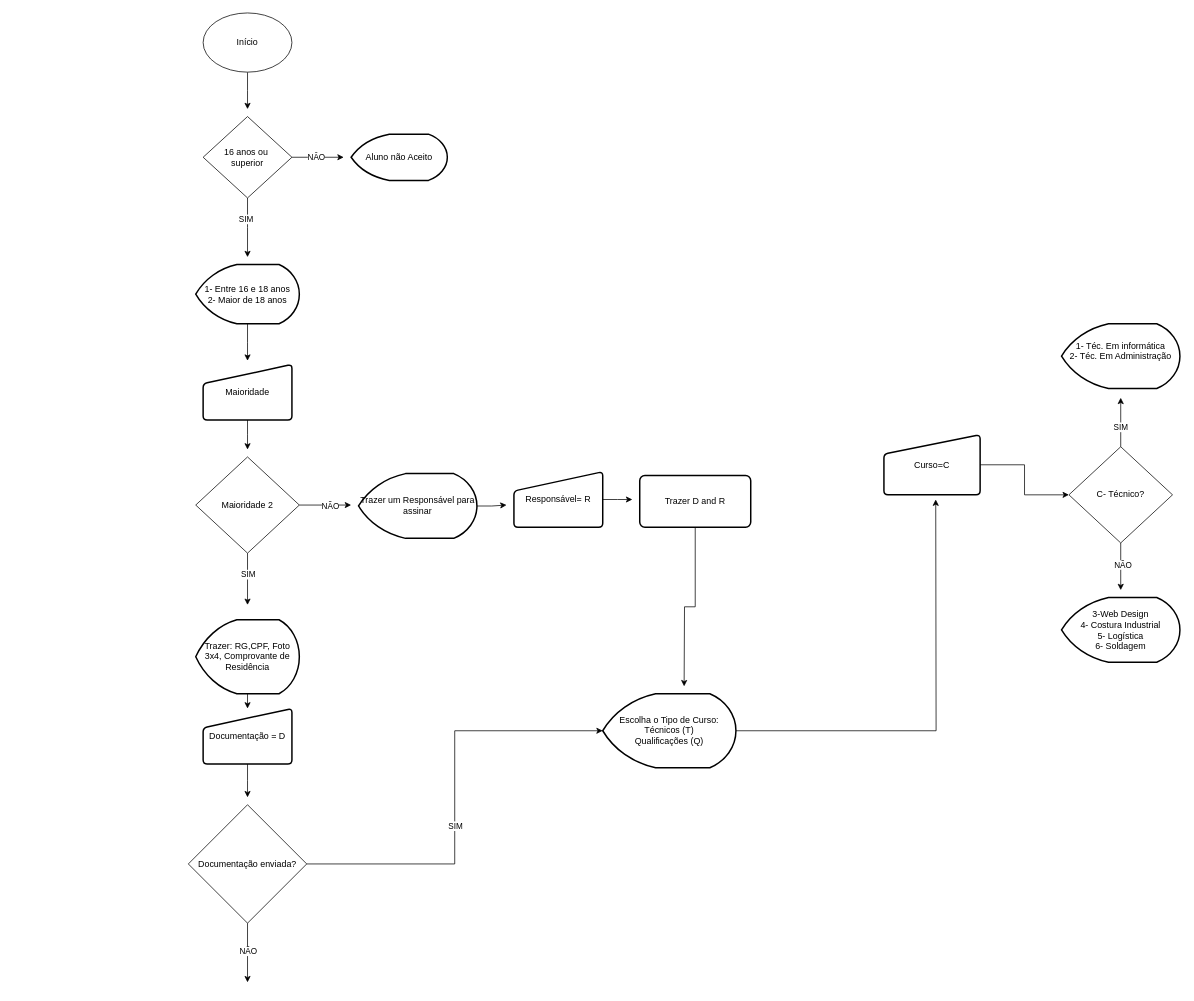
This is page "TESTAGEM" (2 of 2) of Exercício.drawio from Ins1d3r8/Primeiro-Algor-tmo, a draw.io file, before an edit. Source tidied: cells renumbered, new cells numbered last; positions are measured from the earlier drawing's top-left corner, leaving out a move shared by most shapes. Both pictures are drawn from the tidied source at 74%, with x=0, y=0 at pixel (188, 13).
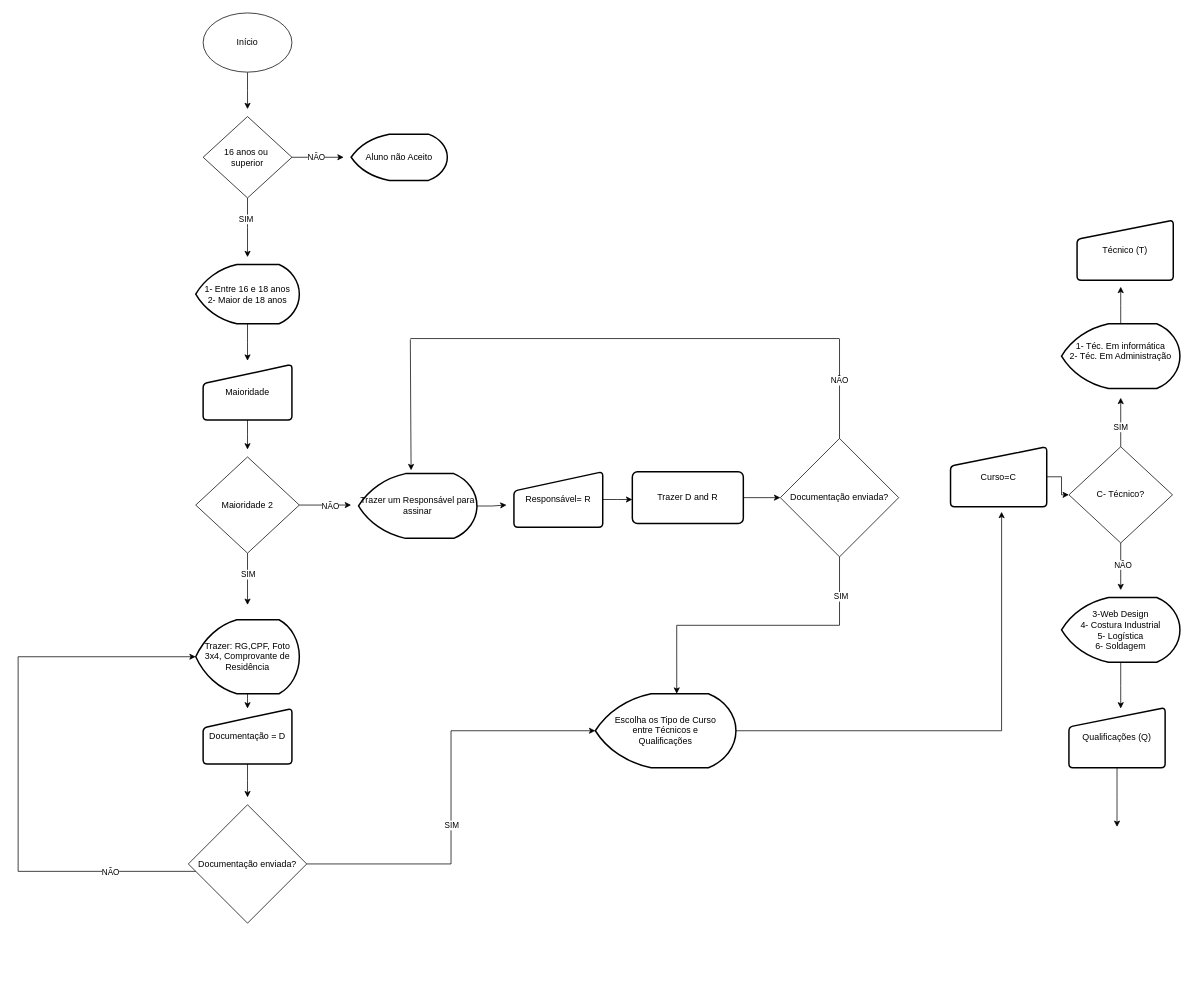
The same diagram, later.

Unchanged cells that the change refers to:
```xml
<mxCell id="20" value="Trazer: RG,CPF, Foto 3x4, Comprovante de Residência" style="strokeWidth=2;html=1;shape=mxgraph.flowchart.display;whiteSpace=wrap;" parent="1" vertex="1">
  <mxGeometry x="10" y="820" width="140" height="100" as="geometry" />
</mxCell>
<mxCell id="22" value="Trazer um Responsável para assinar" style="strokeWidth=2;html=1;shape=mxgraph.flowchart.display;whiteSpace=wrap;" parent="1" vertex="1">
  <mxGeometry x="230" y="622.5" width="160" height="87.5" as="geometry" />
</mxCell>
<mxCell id="38" value="&lt;div&gt;1- Téc. Em informática&lt;/div&gt;&lt;div&gt;2- Téc. Em Administração&lt;/div&gt;&lt;div&gt;&lt;br&gt;&lt;/div&gt;" style="strokeWidth=2;html=1;shape=mxgraph.flowchart.display;whiteSpace=wrap;" parent="1" vertex="1">
  <mxGeometry x="1180" y="420" width="160" height="87.5" as="geometry" />
</mxCell>
<mxCell id="39" value="&lt;div&gt;3-Web Design&lt;/div&gt;&lt;div&gt;4- Costura Industrial&lt;/div&gt;&lt;div&gt;5- Logística&lt;/div&gt;&lt;div&gt;6- Soldagem&lt;br&gt;&lt;/div&gt;" style="strokeWidth=2;html=1;shape=mxgraph.flowchart.display;whiteSpace=wrap;" parent="1" vertex="1">
  <mxGeometry x="1180" y="790" width="160" height="87.5" as="geometry" />
</mxCell>
<mxCell id="44" value="Documentação enviada?" style="rhombus;whiteSpace=wrap;html=1;" parent="1" vertex="1">
  <mxGeometry y="1070" width="160" height="160" as="geometry" />
</mxCell>
```

What changed in the source:
```diff
@@
-    <mxCell id="27" style="edgeStyle=orthogonalEdgeStyle;rounded=0;jettySize=auto;html=1;" parent="1" edge="1" source="28">
-      <mxGeometry relative="1" as="geometry">
-        <mxPoint x="670" y="910" as="targetPoint" />
-      </mxGeometry>
-    </mxCell>
+    <mxCell id="45" style="edgeStyle=orthogonalEdgeStyle;rounded=0;jettySize=auto;html=1;exitX=1;exitY=0.5;exitDx=0;exitDy=0;entryX=0;entryY=0.5;entryDx=0;entryDy=0;" parent="1" edge="1" source="28" target="55">
+      <mxGeometry relative="1" as="geometry" />
+    </mxCell>
     <mxCell id="28" value="Trazer D and R" style="rounded=1;whiteSpace=wrap;html=1;absoluteArcSize=1;arcSize=14;strokeWidth=2;" parent="1" vertex="1">
-      <mxGeometry x="610" y="625" width="150" height="70" as="geometry" />
+      <mxGeometry x="600" y="620" width="150" height="70" as="geometry" />
     </mxCell>
-    <mxCell id="29" style="edgeStyle=orthogonalEdgeStyle;rounded=0;jettySize=auto;html=1;" parent="1" edge="1" source="30">
-      <mxGeometry relative="1" as="geometry">
-        <mxPoint x="1010" y="657.5" as="targetPoint" />
-      </mxGeometry>
+    <mxCell id="29" style="edgeStyle=orthogonalEdgeStyle;rounded=0;jettySize=auto;html=1;entryX=0.531;entryY=1.083;entryDx=0;entryDy=0;entryPerimeter=0;" parent="1" edge="1" source="30" target="32">
+      <mxGeometry relative="1" as="geometry" />
     </mxCell>
-    <mxCell id="30" value="&lt;div&gt;Escolha o Tipo de Curso: &lt;br&gt;&lt;/div&gt;&lt;div&gt;Técnicos (T)&lt;/div&gt;&lt;div&gt;Qualificações (Q) &lt;br&gt;&lt;/div&gt;" style="strokeWidth=2;html=1;shape=mxgraph.flowchart.display;whiteSpace=wrap;" parent="1" vertex="1">
-      <mxGeometry x="560" y="920" width="180" height="100" as="geometry" />
+    <mxCell id="30" value="&lt;div&gt;Escolha os Tipo de Curso &lt;br&gt;&lt;/div&gt;&lt;div&gt;entre Técnicos e&lt;br&gt;&lt;/div&gt;&lt;div&gt;Qualificações&lt;br&gt;&lt;/div&gt;" style="strokeWidth=2;html=1;shape=mxgraph.flowchart.display;whiteSpace=wrap;" parent="1" vertex="1">
+      <mxGeometry x="550" y="920" width="190" height="100" as="geometry" />
     </mxCell>
@@
     <mxCell id="32" value="&lt;div&gt;Curso=C&lt;br&gt;&lt;/div&gt;" style="html=1;strokeWidth=2;shape=manualInput;whiteSpace=wrap;rounded=1;size=26;arcSize=11;" parent="1" vertex="1">
-      <mxGeometry x="940" y="570" width="130" height="81.2" as="geometry" />
+      <mxGeometry x="1030" y="586.2" width="130" height="81.2" as="geometry" />
     </mxCell>
@@
+    <mxCell id="46" style="edgeStyle=orthogonalEdgeStyle;rounded=0;jettySize=auto;html=1;" parent="1" edge="1" source="38">
+      <mxGeometry relative="1" as="geometry">
+        <mxPoint x="1260" y="370" as="targetPoint" />
+      </mxGeometry>
+    </mxCell>
@@
+    <mxCell id="47" style="edgeStyle=orthogonalEdgeStyle;rounded=0;jettySize=auto;html=1;" parent="1" edge="1" source="39">
+      <mxGeometry relative="1" as="geometry">
+        <mxPoint x="1260" y="940" as="targetPoint" />
+      </mxGeometry>
+    </mxCell>
@@
-    <mxCell id="42" style="edgeStyle=orthogonalEdgeStyle;rounded=0;jettySize=auto;html=1;" parent="1" edge="1" source="44">
-      <mxGeometry relative="1" as="geometry">
-        <mxPoint x="80" y="1310" as="targetPoint" />
-      </mxGeometry>
-    </mxCell>
-    <mxCell id="43" value="NÃO" style="edgeLabel;html=1;align=center;verticalAlign=middle;" parent="42" vertex="1">
-      <mxGeometry x="-0.08" relative="1" as="geometry" />
-    </mxCell>
@@
+    <mxCell id="48" style="edgeStyle=orthogonalEdgeStyle;rounded=0;jettySize=auto;html=1;" parent="1" edge="1" source="49">
+      <mxGeometry relative="1" as="geometry">
+        <mxPoint x="1255" y="1100" as="targetPoint" />
+      </mxGeometry>
+    </mxCell>
+    <mxCell id="49" value="Qualificações (Q)" style="html=1;strokeWidth=2;shape=manualInput;whiteSpace=wrap;rounded=1;size=26;arcSize=11;" parent="1" vertex="1">
+      <mxGeometry x="1190" y="938.8" width="130" height="81.2" as="geometry" />
+    </mxCell>
+    <mxCell id="50" value="Técnico (T)" style="html=1;strokeWidth=2;shape=manualInput;whiteSpace=wrap;rounded=1;size=26;arcSize=11;" parent="1" vertex="1">
+      <mxGeometry x="1201" y="280" width="130" height="81.2" as="geometry" />
+    </mxCell>
+    <mxCell id="51" style="endArrow=none;html=1;rounded=0;" parent="1" edge="1">
+      <mxGeometry relative="1" as="geometry">
+        <mxPoint x="-230" y="870" as="sourcePoint" />
+        <mxPoint x="-230" y="1160" as="targetPoint" />
+      </mxGeometry>
+    </mxCell>
+    <mxCell id="52" style="endArrow=none;html=1;rounded=0;" parent="1" edge="1">
+      <mxGeometry relative="1" as="geometry">
+        <mxPoint x="-230" y="1160" as="sourcePoint" />
+        <mxPoint x="10" y="1160" as="targetPoint" />
+      </mxGeometry>
+    </mxCell>
+    <mxCell id="53" value="NÃO" style="edgeLabel;html=1;align=center;verticalAlign=middle;" parent="52" vertex="1">
+      <mxGeometry x="0.03" relative="1" as="geometry" />
+    </mxCell>
+    <mxCell id="54" style="endArrow=classic;html=1;rounded=0;entryX=0;entryY=0.5;entryDx=0;entryDy=0;entryPerimeter=0;" parent="1" edge="1" target="20">
+      <mxGeometry relative="1" as="geometry">
+        <mxPoint x="-230" y="870" as="sourcePoint" />
+      </mxGeometry>
+    </mxCell>
+    <mxCell id="55" value="Documentação enviada?" style="rhombus;whiteSpace=wrap;html=1;" parent="1" vertex="1">
+      <mxGeometry x="800" y="575" width="160" height="160" as="geometry" />
+    </mxCell>
+    <mxCell id="56" style="endArrow=none;html=1;rounded=0;" parent="1" edge="1">
+      <mxGeometry relative="1" as="geometry">
+        <mxPoint x="880" y="575" as="sourcePoint" />
+        <mxPoint x="880" y="440" as="targetPoint" />
+      </mxGeometry>
+    </mxCell>
+    <mxCell id="57" value="NÃO" style="edgeLabel;html=1;align=center;verticalAlign=middle;" parent="56" vertex="1">
+      <mxGeometry x="0.17" y="1" relative="1" as="geometry" />
+    </mxCell>
+    <mxCell id="58" style="endArrow=none;html=1;rounded=0;" parent="1" edge="1">
+      <mxGeometry relative="1" as="geometry">
+        <mxPoint x="879.5" y="440" as="sourcePoint" />
+        <mxPoint x="300" y="440" as="targetPoint" />
+      </mxGeometry>
+    </mxCell>
+    <mxCell id="59" style="edgeStyle=orthogonalEdgeStyle;rounded=0;jettySize=auto;html=1;entryX=0.444;entryY=-0.051;entryDx=0;entryDy=0;entryPerimeter=0;" parent="1" edge="1" target="22">
+      <mxGeometry relative="1" as="geometry">
+        <mxPoint x="300" y="441.2" as="sourcePoint" />
+      </mxGeometry>
+    </mxCell>
+    <mxCell id="60" style="edgeStyle=orthogonalEdgeStyle;rounded=0;jettySize=auto;html=1;exitX=0.5;exitY=1;exitDx=0;exitDy=0;entryX=0.579;entryY=0;entryDx=0;entryDy=0;entryPerimeter=0;" parent="1" edge="1" source="55" target="30">
+      <mxGeometry relative="1" as="geometry" />
+    </mxCell>
+    <mxCell id="61" value="SIM" style="edgeLabel;html=1;align=center;verticalAlign=middle;" parent="60" vertex="1">
+      <mxGeometry x="-0.74" y="1" relative="1" as="geometry" />
+    </mxCell>
```
